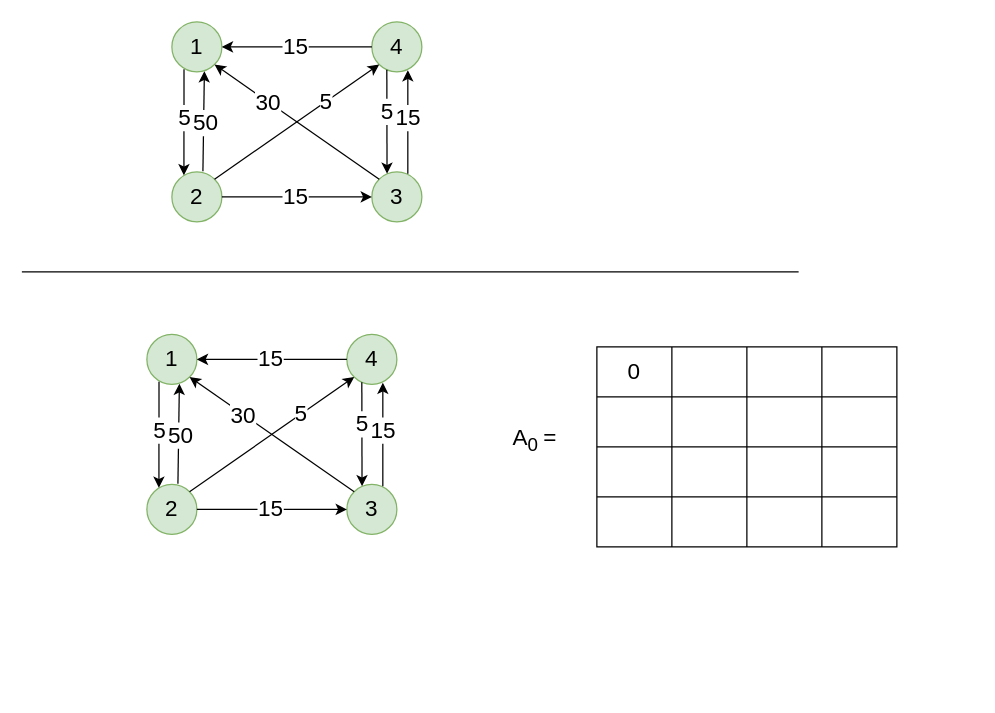
Before: floyd-warshall.drawio in mahendra49/draw-io, a draw.io diagram. Source tidied: cells renumbered, new cells numbered last; positions are measured from the earlier drawing's top-left corner, leaving out a move shared by most shapes. Both pictures are drawn from the tidied source at 125%, with x=0, y=0 at pixel (21, 21).
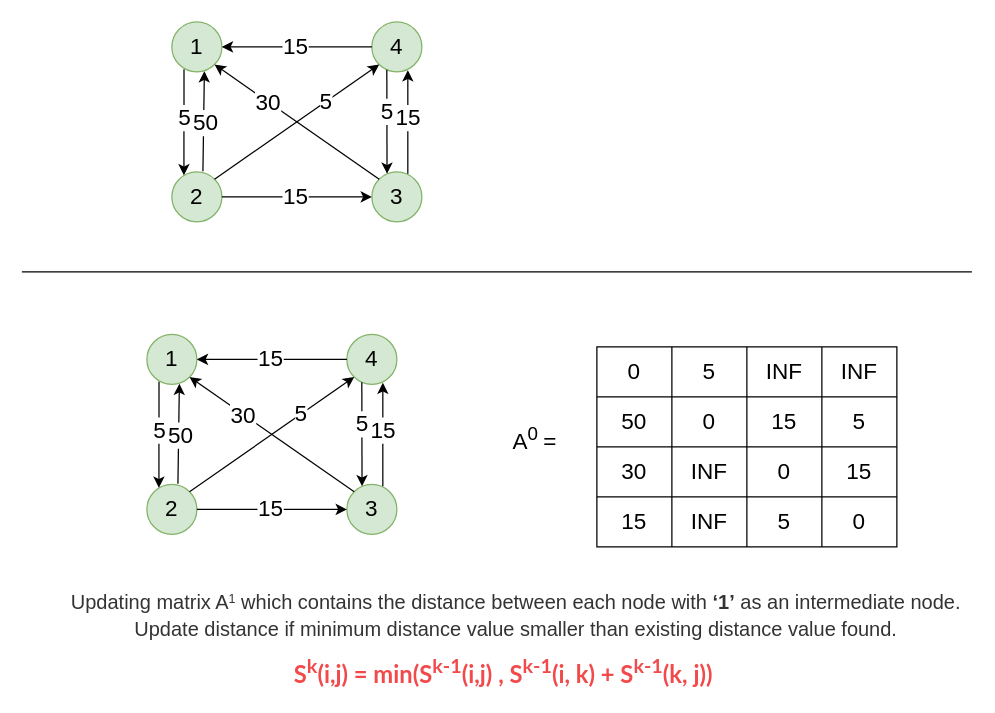
The same diagram, later.

Unchanged cells that the change refers to:
```xml
<mxCell id="23" style="shape=tableRow;horizontal=0;startSize=0;swimlaneHead=0;swimlaneBody=0;top=0;left=0;bottom=0;right=0;fillColor=none;fontSize=18;" parent="22" vertex="1">
  <mxGeometry width="240" height="40" as="geometry" />
</mxCell>
<mxCell id="28" style="shape=tableRow;horizontal=0;startSize=0;swimlaneHead=0;swimlaneBody=0;top=0;left=0;bottom=0;right=0;fillColor=none;fontSize=18;" parent="22" vertex="1">
  <mxGeometry y="40" width="240" height="40" as="geometry" />
</mxCell>
<mxCell id="33" style="shape=tableRow;horizontal=0;startSize=0;swimlaneHead=0;swimlaneBody=0;top=0;left=0;bottom=0;right=0;fillColor=none;fontSize=18;" parent="22" vertex="1">
  <mxGeometry y="80" width="240" height="40" as="geometry" />
</mxCell>
<mxCell id="38" style="shape=tableRow;horizontal=0;startSize=0;swimlaneHead=0;swimlaneBody=0;top=0;left=0;bottom=0;right=0;fillColor=none;fontSize=18;" parent="22" vertex="1">
  <mxGeometry y="120" width="240" height="40" as="geometry" />
</mxCell>
```

What changed in the source:
```diff
@@
-    <mxCell id="25" style="shape=partialRectangle;html=1;whiteSpace=wrap;fillColor=none;top=0;left=0;bottom=0;right=0;overflow=hidden;fontSize=18;" parent="23" vertex="1">
+    <mxCell id="25" value="5" style="shape=partialRectangle;html=1;whiteSpace=wrap;fillColor=none;top=0;left=0;bottom=0;right=0;overflow=hidden;fontSize=18;" parent="23" vertex="1">
       <mxGeometry x="60" width="60" height="40" as="geometry" />
     </mxCell>
-    <mxCell id="26" style="shape=partialRectangle;html=1;whiteSpace=wrap;fillColor=none;top=0;left=0;bottom=0;right=0;overflow=hidden;fontSize=18;" parent="23" vertex="1">
+    <mxCell id="26" value="INF" style="shape=partialRectangle;html=1;whiteSpace=wrap;fillColor=none;top=0;left=0;bottom=0;right=0;overflow=hidden;fontSize=18;" parent="23" vertex="1">
       <mxGeometry x="120" width="60" height="40" as="geometry" />
     </mxCell>
-    <mxCell id="27" style="shape=partialRectangle;html=1;whiteSpace=wrap;fillColor=none;top=0;left=0;bottom=0;right=0;overflow=hidden;fontSize=18;" parent="23" vertex="1">
+    <mxCell id="27" value="INF" style="shape=partialRectangle;html=1;whiteSpace=wrap;fillColor=none;top=0;left=0;bottom=0;right=0;overflow=hidden;fontSize=18;" parent="23" vertex="1">
       <mxGeometry x="180" width="60" height="40" as="geometry" />
     </mxCell>
@@
-    <mxCell id="29" style="shape=partialRectangle;html=1;whiteSpace=wrap;fillColor=none;top=0;left=0;bottom=0;right=0;overflow=hidden;fontSize=18;" parent="28" vertex="1">
+    <mxCell id="29" value="50" style="shape=partialRectangle;html=1;whiteSpace=wrap;fillColor=none;top=0;left=0;bottom=0;right=0;overflow=hidden;fontSize=18;" parent="28" vertex="1">
       <mxGeometry width="60" height="40" as="geometry" />
     </mxCell>
-    <mxCell id="30" style="shape=partialRectangle;html=1;whiteSpace=wrap;fillColor=none;top=0;left=0;bottom=0;right=0;overflow=hidden;fontSize=18;" parent="28" vertex="1">
+    <mxCell id="30" value="0" style="shape=partialRectangle;html=1;whiteSpace=wrap;fillColor=none;top=0;left=0;bottom=0;right=0;overflow=hidden;fontSize=18;" parent="28" vertex="1">
       <mxGeometry x="60" width="60" height="40" as="geometry" />
     </mxCell>
-    <mxCell id="31" style="shape=partialRectangle;html=1;whiteSpace=wrap;fillColor=none;top=0;left=0;bottom=0;right=0;overflow=hidden;fontSize=18;" parent="28" vertex="1">
+    <mxCell id="31" value="15" style="shape=partialRectangle;html=1;whiteSpace=wrap;fillColor=none;top=0;left=0;bottom=0;right=0;overflow=hidden;fontSize=18;" parent="28" vertex="1">
       <mxGeometry x="120" width="60" height="40" as="geometry" />
     </mxCell>
-    <mxCell id="32" style="shape=partialRectangle;html=1;whiteSpace=wrap;fillColor=none;top=0;left=0;bottom=0;right=0;overflow=hidden;fontSize=18;" parent="28" vertex="1">
+    <mxCell id="32" value="5" style="shape=partialRectangle;html=1;whiteSpace=wrap;fillColor=none;top=0;left=0;bottom=0;right=0;overflow=hidden;fontSize=18;" parent="28" vertex="1">
       <mxGeometry x="180" width="60" height="40" as="geometry" />
     </mxCell>
@@
-    <mxCell id="34" style="shape=partialRectangle;html=1;whiteSpace=wrap;fillColor=none;top=0;left=0;bottom=0;right=0;overflow=hidden;fontSize=18;" parent="33" vertex="1">
+    <mxCell id="34" value="30" style="shape=partialRectangle;html=1;whiteSpace=wrap;fillColor=none;top=0;left=0;bottom=0;right=0;overflow=hidden;fontSize=18;" parent="33" vertex="1">
       <mxGeometry width="60" height="40" as="geometry" />
     </mxCell>
-    <mxCell id="35" style="shape=partialRectangle;html=1;whiteSpace=wrap;fillColor=none;top=0;left=0;bottom=0;right=0;overflow=hidden;fontSize=18;" parent="33" vertex="1">
+    <mxCell id="35" value="INF" style="shape=partialRectangle;html=1;whiteSpace=wrap;fillColor=none;top=0;left=0;bottom=0;right=0;overflow=hidden;fontSize=18;" parent="33" vertex="1">
       <mxGeometry x="60" width="60" height="40" as="geometry" />
     </mxCell>
-    <mxCell id="36" style="shape=partialRectangle;html=1;whiteSpace=wrap;fillColor=none;top=0;left=0;bottom=0;right=0;overflow=hidden;fontSize=18;" parent="33" vertex="1">
+    <mxCell id="36" value="0" style="shape=partialRectangle;html=1;whiteSpace=wrap;fillColor=none;top=0;left=0;bottom=0;right=0;overflow=hidden;fontSize=18;" parent="33" vertex="1">
       <mxGeometry x="120" width="60" height="40" as="geometry" />
     </mxCell>
-    <mxCell id="37" style="shape=partialRectangle;html=1;whiteSpace=wrap;fillColor=none;top=0;left=0;bottom=0;right=0;overflow=hidden;fontSize=18;" parent="33" vertex="1">
+    <mxCell id="37" value="15" style="shape=partialRectangle;html=1;whiteSpace=wrap;fillColor=none;top=0;left=0;bottom=0;right=0;overflow=hidden;fontSize=18;" parent="33" vertex="1">
       <mxGeometry x="180" width="60" height="40" as="geometry" />
     </mxCell>
@@
-    <mxCell id="39" style="shape=partialRectangle;html=1;whiteSpace=wrap;fillColor=none;top=0;left=0;bottom=0;right=0;overflow=hidden;fontSize=18;" parent="38" vertex="1">
+    <mxCell id="39" value="15" style="shape=partialRectangle;html=1;whiteSpace=wrap;fillColor=none;top=0;left=0;bottom=0;right=0;overflow=hidden;fontSize=18;" parent="38" vertex="1">
       <mxGeometry width="60" height="40" as="geometry" />
     </mxCell>
-    <mxCell id="40" style="shape=partialRectangle;html=1;whiteSpace=wrap;fillColor=none;top=0;left=0;bottom=0;right=0;overflow=hidden;fontSize=18;" parent="38" vertex="1">
+    <mxCell id="40" value="INF" style="shape=partialRectangle;html=1;whiteSpace=wrap;fillColor=none;top=0;left=0;bottom=0;right=0;overflow=hidden;fontSize=18;" parent="38" vertex="1">
       <mxGeometry x="60" width="60" height="40" as="geometry" />
     </mxCell>
-    <mxCell id="41" style="shape=partialRectangle;html=1;whiteSpace=wrap;fillColor=none;top=0;left=0;bottom=0;right=0;overflow=hidden;fontSize=18;" parent="38" vertex="1">
+    <mxCell id="41" value="5" style="shape=partialRectangle;html=1;whiteSpace=wrap;fillColor=none;top=0;left=0;bottom=0;right=0;overflow=hidden;fontSize=18;" parent="38" vertex="1">
       <mxGeometry x="120" width="60" height="40" as="geometry" />
     </mxCell>
-    <mxCell id="42" style="shape=partialRectangle;html=1;whiteSpace=wrap;fillColor=none;top=0;left=0;bottom=0;right=0;overflow=hidden;fontSize=18;" parent="38" vertex="1">
+    <mxCell id="42" value="0" style="shape=partialRectangle;html=1;whiteSpace=wrap;fillColor=none;top=0;left=0;bottom=0;right=0;overflow=hidden;fontSize=18;" parent="38" vertex="1">
       <mxGeometry x="180" width="60" height="40" as="geometry" />
     </mxCell>
     <mxCell id="43" style="endArrow=none;html=1;rounded=0;fontSize=18;" parent="1" edge="1">
       <mxGeometry relative="1" as="geometry">
         <mxPoint y="200" as="sourcePoint" />
-        <mxPoint x="621.4" y="200" as="targetPoint" />
+        <mxPoint x="760" y="200" as="targetPoint" />
       </mxGeometry>
     </mxCell>
@@
-    <mxCell id="64" value="A&lt;sub&gt;0 &lt;/sub&gt;=" style="text;html=1;align=center;verticalAlign=middle;strokeColor=none;fillColor=none;fontSize=18;" parent="1" vertex="1">
-      <mxGeometry x="385" y="320" width="50" height="30" as="geometry" />
+    <mxCell id="64" value="A&lt;sup&gt;0&lt;/sup&gt;&lt;sub&gt;&amp;nbsp;&lt;/sub&gt;=" style="text;html=1;align=center;verticalAlign=middle;strokeColor=none;fillColor=none;fontSize=18;" parent="1" vertex="1">
+      <mxGeometry x="385" y="315" width="50" height="40" as="geometry" />
     </mxCell>
+    <mxCell id="65" value="&lt;span style=&quot;box-sizing: border-box ; color: rgb(51 , 51 , 51) ; font-family: &amp;#34;poppins&amp;#34; , sans-serif ; font-size: 16px ; text-align: left ; background-color: rgb(255 , 255 , 255)&quot;&gt;Updating matrix A&lt;/span&gt;&lt;span style=&quot;box-sizing: border-box ; color: rgb(51 , 51 , 51) ; font-family: &amp;#34;poppins&amp;#34; , sans-serif ; text-align: left ; background-color: rgb(255 , 255 , 255)&quot;&gt;&lt;span style=&quot;font-size: 12px&quot;&gt;&lt;sup&gt;1&lt;/sup&gt;&lt;/span&gt;&lt;span style=&quot;font-size: 16px&quot;&gt;&amp;nbsp;which contains the distance between each node with &lt;/span&gt;&lt;b style=&quot;font-size: 16px&quot;&gt;‘1’&lt;/b&gt;&lt;span style=&quot;font-size: 16px&quot;&gt; as an intermediate node. &lt;/span&gt;&lt;br&gt;&lt;span style=&quot;font-size: 16px&quot;&gt;Update distance if minimum distance value smaller than existing distance value found.&lt;/span&gt;&lt;/span&gt;" style="text;html=1;align=center;verticalAlign=middle;strokeColor=none;fillColor=none;fontSize=18;" parent="1" vertex="1">
+      <mxGeometry x="30" y="450" width="730" height="50" as="geometry" />
+    </mxCell>
+    <mxCell id="66" value="&lt;font style=&quot;font-size: 19px&quot;&gt;&lt;span style=&quot;background-color: transparent&quot;&gt;‌&lt;/span&gt;&lt;span style=&quot;background-color: transparent ; font-weight: bold ; color: rgb(242 , 73 , 75) ; font-family: &amp;#34;lato&amp;#34;&quot;&gt;S&lt;/span&gt;&lt;sup style=&quot;font-weight: bold ; color: rgb(242 , 73 , 75) ; font-family: &amp;#34;lato&amp;#34;&quot;&gt;k&lt;/sup&gt;&lt;span style=&quot;background-color: transparent ; font-weight: bold ; color: rgb(242 , 73 , 75) ; font-family: &amp;#34;lato&amp;#34;&quot;&gt;(i,j) = min(&lt;/span&gt;&lt;span style=&quot;background-color: transparent ; font-weight: bold ; color: rgb(242 , 73 , 75) ; font-family: &amp;#34;lato&amp;#34;&quot;&gt;S&lt;/span&gt;&lt;sup style=&quot;font-weight: bold ; color: rgb(242 , 73 , 75) ; font-family: &amp;#34;lato&amp;#34;&quot;&gt;k&lt;/sup&gt;&lt;sup style=&quot;font-weight: bold ; color: rgb(242 , 73 , 75) ; font-family: &amp;#34;lato&amp;#34;&quot;&gt;-1&lt;/sup&gt;&lt;span style=&quot;background-color: transparent ; font-weight: bold ; color: rgb(242 , 73 , 75) ; font-family: &amp;#34;lato&amp;#34;&quot;&gt;(i,j) , &lt;/span&gt;&lt;span style=&quot;background-color: transparent ; font-weight: bold ; color: rgb(242 , 73 , 75) ; font-family: &amp;#34;lato&amp;#34;&quot;&gt;S&lt;/span&gt;&lt;sup style=&quot;font-weight: bold ; color: rgb(242 , 73 , 75) ; font-family: &amp;#34;lato&amp;#34;&quot;&gt;k&lt;/sup&gt;&lt;sup style=&quot;font-weight: bold ; color: rgb(242 , 73 , 75) ; font-family: &amp;#34;lato&amp;#34;&quot;&gt;-1&lt;/sup&gt;&lt;span style=&quot;background-color: transparent ; font-weight: bold ; color: rgb(242 , 73 , 75) ; font-family: &amp;#34;lato&amp;#34;&quot;&gt;(i, k) + &lt;/span&gt;&lt;span style=&quot;background-color: transparent ; font-weight: bold ; color: rgb(242 , 73 , 75) ; font-family: &amp;#34;lato&amp;#34;&quot;&gt;S&lt;/span&gt;&lt;sup style=&quot;font-weight: bold ; color: rgb(242 , 73 , 75) ; font-family: &amp;#34;lato&amp;#34;&quot;&gt;k&lt;/sup&gt;&lt;sup style=&quot;font-weight: bold ; color: rgb(242 , 73 , 75) ; font-family: &amp;#34;lato&amp;#34;&quot;&gt;-1&lt;/sup&gt;&lt;span style=&quot;background-color: transparent ; font-weight: bold ; color: rgb(242 , 73 , 75) ; font-family: &amp;#34;lato&amp;#34;&quot;&gt;(k, j))&lt;/span&gt;&lt;/font&gt;" style="text;html=1;align=center;verticalAlign=middle;strokeColor=none;fillColor=none;fontSize=18;" parent="1" vertex="1">
+      <mxGeometry x="200" y="505" width="370" height="30" as="geometry" />
+    </mxCell>
```
